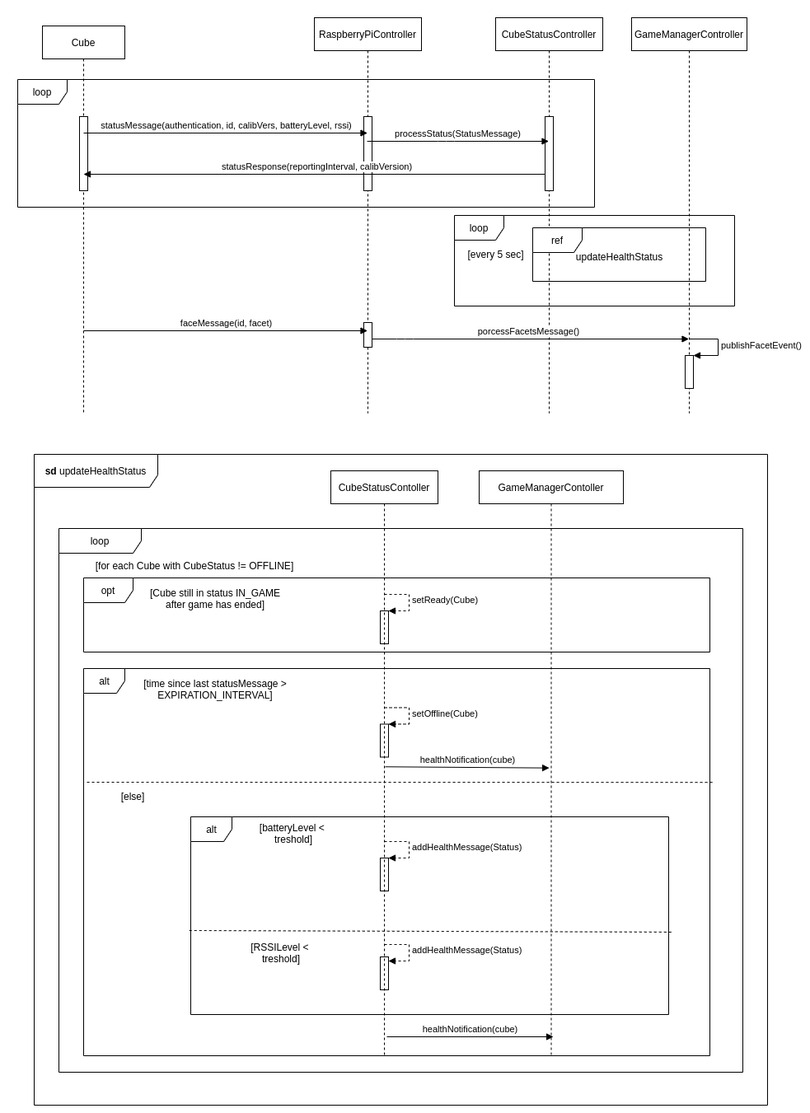
Above: documents/software-concept/diagrams/cubeCommunication.png in b-ertel/TimeGuess-Game (draw.io), before the change. Source tidied: cells renumbered, new cells last; positions are measured from the earlier drawing's top-left corner, leaving out a move shared by most shapes.
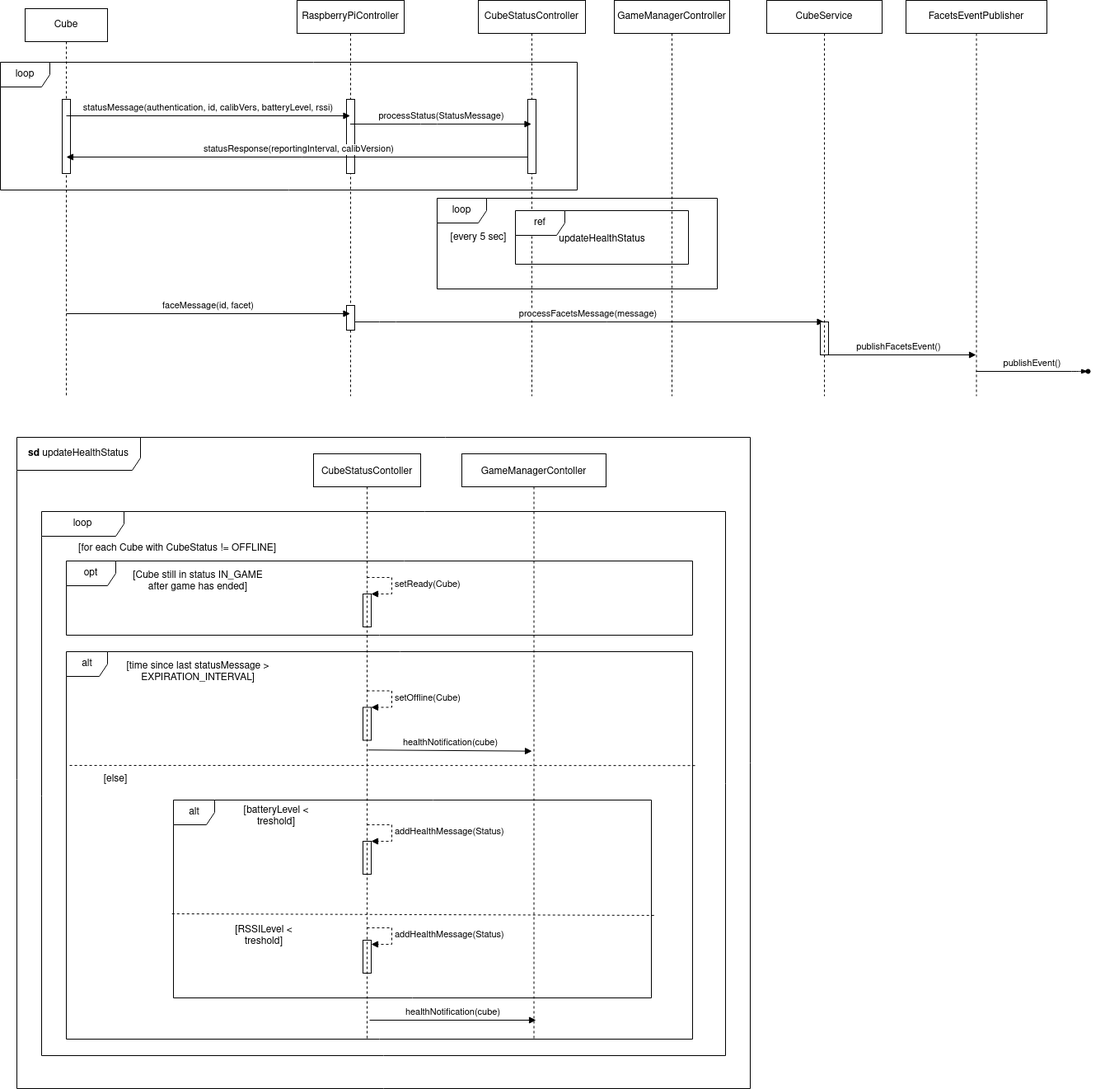
Above is the later version.

Commit message:
changes to processing of facets messages in sequence diagram

What changed in the source:
```diff
@@ -110,7 +110,7 @@
     <mxCell id="29" value="GameManagerController" style="shape=umlLifeline;perimeter=lifelinePerimeter;whiteSpace=wrap;html=1;outlineConnect=0;" parent="1" vertex="1">
       <mxGeometry x="745" width="140" height="480" as="geometry" />
     </mxCell>
-    <mxCell id="30" value="porcessFacetsMessage()" style="html=1;verticalAlign=bottom;endArrow=block;" parent="1" edge="1" source="27" target="29">
+    <mxCell id="30" value="processFacetsMessage(message)" style="html=1;verticalAlign=bottom;endArrow=block;" parent="1" edge="1" source="27" target="47">
       <mxGeometry relative="1" as="geometry">
         <Array as="points">
           <mxPoint x="470" y="390" />
@@ -118,17 +118,8 @@
       </mxGeometry>
     </mxCell>
     <mxCell id="31" style="html=1;points=[];perimeter=orthogonalPerimeter;" parent="1" vertex="1">
-      <mxGeometry x="810" y="410" width="10" height="40" as="geometry" />
+      <mxGeometry x="995" y="390" width="10" height="40" as="geometry" />
     </mxCell>
-    <mxCell id="32" value="publishFacetEvent()" style="edgeStyle=orthogonalEdgeStyle;html=1;align=left;spacingLeft=2;endArrow=block;rounded=0;entryX=1;entryY=0;" parent="1" edge="1" target="31">
-      <mxGeometry relative="1" as="geometry">
-        <mxPoint x="815" y="390" as="sourcePoint" />
-        <Array as="points">
-          <mxPoint x="850" y="390" />
-          <mxPoint x="850" y="410" />
-        </Array>
-      </mxGeometry>
-    </mxCell>
     <mxCell id="33" style="html=1;perimeter=orthogonalPerimeter;" parent="1" vertex="1">
       <mxGeometry x="75" y="120" width="10" height="90" as="geometry" />
     </mxCell>
@@ -182,5 +173,27 @@
     <mxCell id="46" value="[for each Cube with CubeStatus != OFFLINE]" style="text;html=1;strokeColor=none;fillColor=none;align=center;verticalAlign=middle;whiteSpace=wrap;rounded=0;" parent="1" vertex="1">
       <mxGeometry x="85" y="650" width="260" height="30" as="geometry" />
     </mxCell>
+    <mxCell id="47" value="CubeService" style="shape=umlLifeline;perimeter=lifelinePerimeter;whiteSpace=wrap;html=1;outlineConnect=0;" parent="1" vertex="1">
+      <mxGeometry x="930" width="140" height="480" as="geometry" />
+    </mxCell>
+    <mxCell id="48" value="FacetsEventPublisher" style="shape=umlLifeline;perimeter=lifelinePerimeter;whiteSpace=wrap;html=1;outlineConnect=0;" parent="1" vertex="1">
+      <mxGeometry x="1099" width="171" height="480" as="geometry" />
+    </mxCell>
+    <mxCell id="49" value="publishFacetsEvent()" style="html=1;verticalAlign=bottom;endArrow=block;" parent="1" edge="1" target="48">
+      <mxGeometry relative="1" as="geometry">
+        <mxPoint x="995" y="430" as="sourcePoint" />
+      </mxGeometry>
+    </mxCell>
+    <mxCell id="50" value="publishEvent()" style="html=1;verticalAlign=bottom;startArrow=blockThin;startFill=1;endArrow=none;startSize=6;endSize=8;endFill=0;" parent="1" edge="1" target="48">
+      <mxGeometry relative="1" as="geometry">
+        <mxPoint x="1320" y="450" as="sourcePoint" />
+        <Array as="points">
+          <mxPoint x="1310" y="450" />
+        </Array>
+      </mxGeometry>
+    </mxCell>
+    <mxCell id="51" style="shape=waypoint;sketch=0;fillStyle=solid;size=6;fillColor=none;perimeter=centerPerimeter;" parent="1" vertex="1">
+      <mxGeometry x="1300" y="430" width="40" height="40" as="geometry" />
+    </mxCell>
   </root>
 </mxGraphModel>
```
